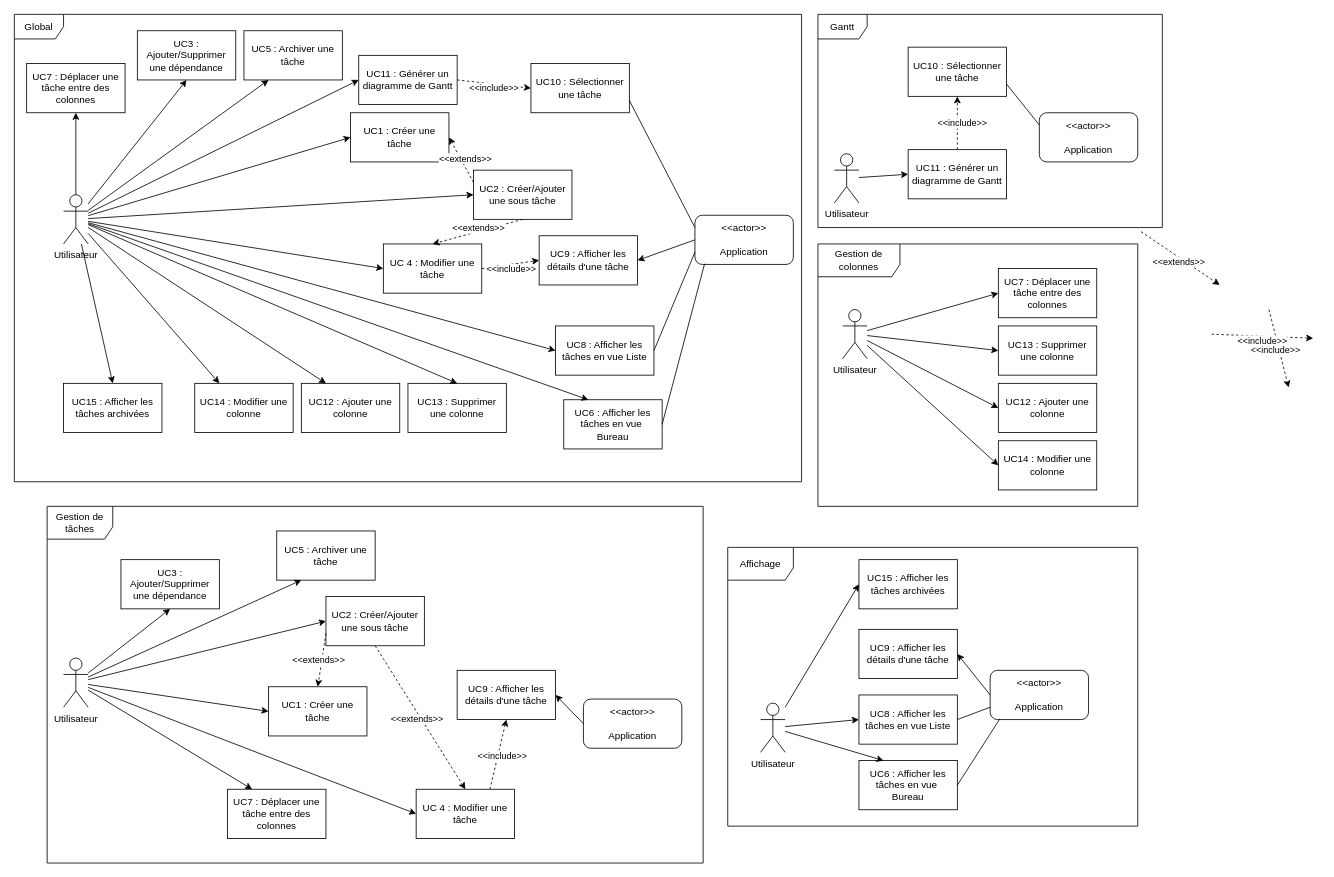
The draw.io diagram analyse/Diagramme_UC/SAEQDevS3.drawio in AlexanderCARNET/SAE_3_01_dev_application, before the edit. Source tidied: cells renumbered, new cells numbered last; positions are measured from the earlier drawing's top-left corner, leaving out a move shared by most shapes. Both pictures are drawn from the tidied source at 82%, with x=0, y=0 at pixel (14, 14).
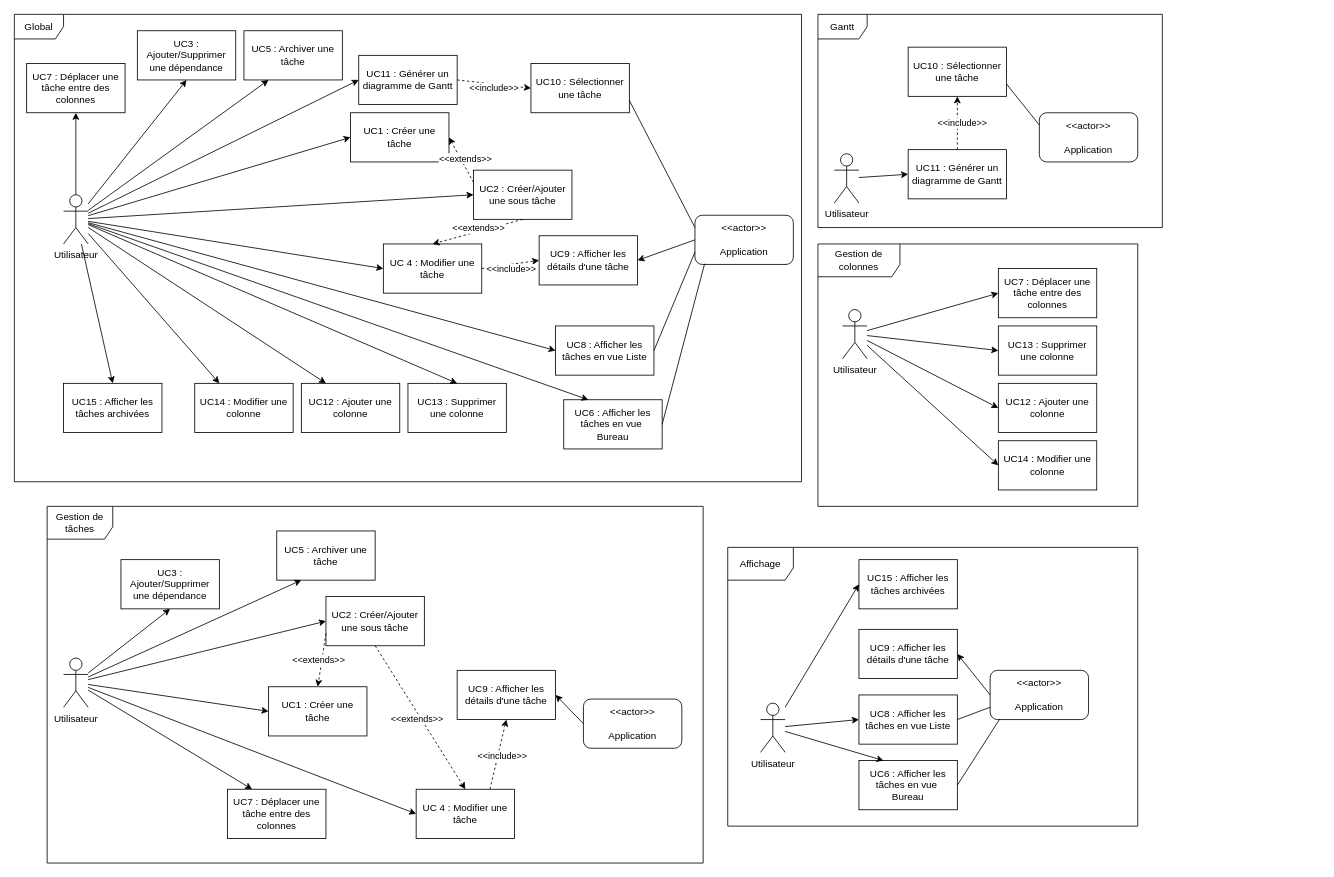
After the change.

Change to the diagram source:
```diff
@@
-    <mxCell id="69" style="edgeStyle=none;orthogonalLoop=1;jettySize=auto;html=1;rounded=0;exitX=0.5;exitY=1;exitDx=0;exitDy=0;dashed=1;entryX=0.5;entryY=0;entryDx=0;entryDy=0;" parent="1" edge="1">
-      <mxGeometry relative="1" as="geometry">
-        <mxPoint x="1374" y="265" as="sourcePoint" />
-        <mxPoint x="1470" y="330" as="targetPoint" />
-      </mxGeometry>
-    </mxCell>
-    <mxCell id="70" value="&amp;lt;&amp;lt;extends&amp;gt;&amp;gt;" style="edgeLabel;html=1;align=center;verticalAlign=middle;" parent="69" vertex="1">
-      <mxGeometry y="-5" relative="1" as="geometry" />
-    </mxCell>
-    <mxCell id="71" style="edgeStyle=none;orthogonalLoop=1;jettySize=auto;html=1;rounded=0;exitX=1;exitY=0.5;exitDx=0;exitDy=0;dashed=1;entryX=0;entryY=0.5;entryDx=0;entryDy=0;" parent="1" edge="1">
-      <mxGeometry relative="1" as="geometry">
-        <mxPoint x="1530" y="360" as="sourcePoint" />
-        <mxPoint x="1554" y="455" as="targetPoint" />
-      </mxGeometry>
-    </mxCell>
-    <mxCell id="72" value="&amp;lt;&amp;lt;include&amp;gt;&amp;gt;" style="edgeLabel;html=1;align=center;verticalAlign=middle;" parent="71" vertex="1">
-      <mxGeometry y="-5" relative="1" as="geometry" />
-    </mxCell>
@@
-    <mxCell id="85" style="edgeStyle=none;orthogonalLoop=1;jettySize=auto;html=1;rounded=0;exitX=1;exitY=0.5;exitDx=0;exitDy=0;dashed=1;entryX=0;entryY=0.5;entryDx=0;entryDy=0;" parent="1" edge="1">
-      <mxGeometry relative="1" as="geometry">
-        <mxPoint x="1460" y="390" as="sourcePoint" />
-        <mxPoint x="1584" y="395" as="targetPoint" />
-      </mxGeometry>
-    </mxCell>
-    <mxCell id="86" value="&amp;lt;&amp;lt;include&amp;gt;&amp;gt;" style="edgeLabel;html=1;align=center;verticalAlign=middle;" parent="85" vertex="1">
-      <mxGeometry y="-5" relative="1" as="geometry" />
-    </mxCell>
```
